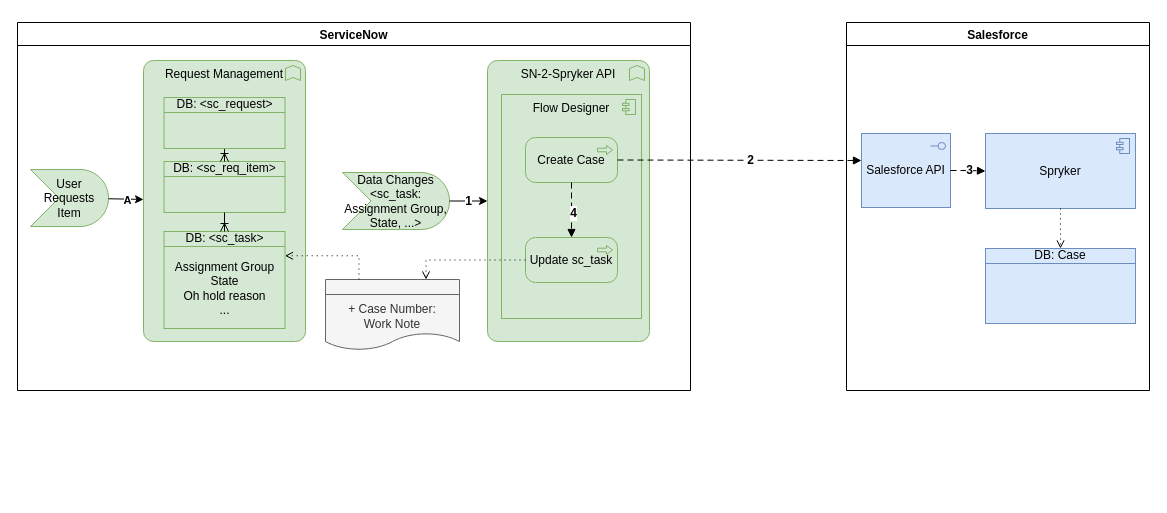
Above: page "CreateCR" (1 of 2) of AldiArgoSec.drawio in algimas/tmp (draw.io), before the change. Source tidied: cells renumbered, new cells numbered last; positions are measured from the earlier drawing's top-left corner, leaving out a move shared by most shapes. Both pictures are drawn from the tidied source at 100%, with x=0, y=0 at pixel (17, 22).
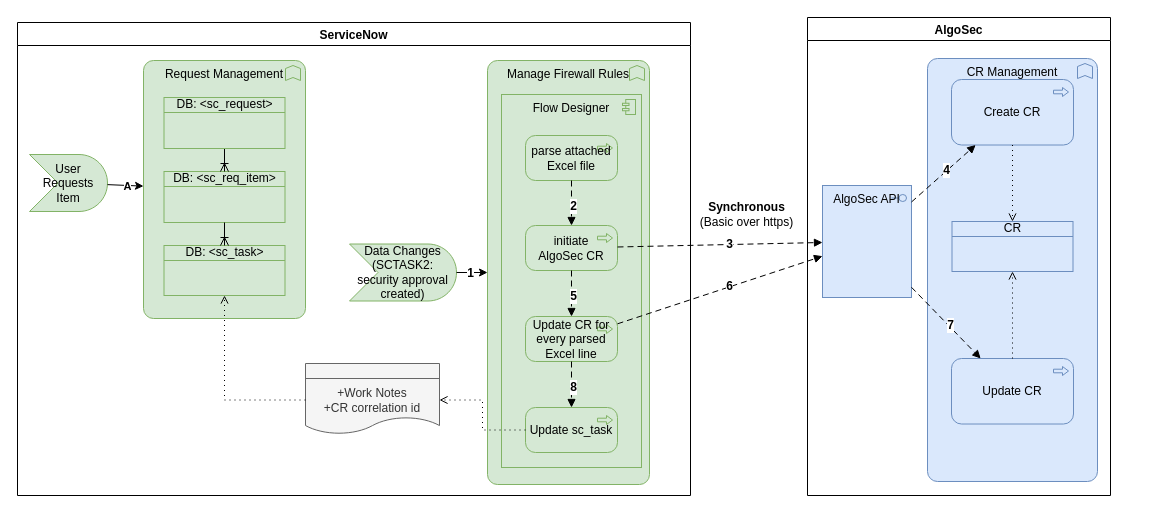
Above is the later version.

The edit, as a diff of the source:
```diff
@@
-    <mxCell id="2" value="Salesforce" style="swimlane;" parent="1" vertex="1">
-      <mxGeometry x="829" width="303" height="368" as="geometry" />
+    <mxCell id="2" value="AlgoSec" style="swimlane;" parent="1" vertex="1">
+      <mxGeometry x="790" y="-5" width="303" height="478" as="geometry" />
     </mxCell>
-    <mxCell id="3" value="Spryker" style="html=1;outlineConnect=0;whiteSpace=wrap;fillColor=#dae8fc;shape=mxgraph.archimate3.application;appType=comp;archiType=square;strokeColor=#6c8ebf;" parent="2" vertex="1">
-      <mxGeometry x="139" y="111" width="150" height="75" as="geometry" />
-    </mxCell>
-    <mxCell id="4" value="Salesforce API" style="html=1;outlineConnect=0;whiteSpace=wrap;fillColor=#dae8fc;shape=mxgraph.archimate3.application;appType=interface;archiType=square;strokeColor=#6c8ebf;" parent="2" vertex="1">
-      <mxGeometry x="15" y="111" width="89" height="74" as="geometry" />
+    <mxCell id="4" value="AlgoSec API" style="html=1;outlineConnect=0;whiteSpace=wrap;fillColor=#dae8fc;shape=mxgraph.archimate3.application;appType=interface;archiType=square;strokeColor=#6c8ebf;verticalAlign=top;" parent="2" vertex="1">
+      <mxGeometry x="15" y="168" width="89" height="112" as="geometry" />
     </mxCell>
-    <mxCell id="5" value="DB: Case" style="html=1;outlineConnect=0;whiteSpace=wrap;fillColor=#dae8fc;shape=mxgraph.archimate3.businessObject;overflow=fill;strokeColor=#6c8ebf;" parent="2" vertex="1">
-      <mxGeometry x="139" y="226" width="150" height="75" as="geometry" />
-    </mxCell>
-    <mxCell id="6" style="edgeStyle=orthogonalEdgeStyle;html=1;endArrow=open;elbow=vertical;endFill=0;dashed=1;dashPattern=1 4;rounded=0;exitX=0.5;exitY=1;exitDx=0;exitDy=0;exitPerimeter=0;fillColor=#00b9f2;" parent="2" edge="1" source="3" target="5">
-      <mxGeometry relative="1" as="geometry" />
-    </mxCell>
-    <mxCell id="7" style="edgeStyle=elbowEdgeStyle;html=1;endArrow=block;dashed=1;elbow=horizontal;endFill=1;dashPattern=6 4;rounded=0;fontSize=12;entryX=0;entryY=0.5;entryDx=0;entryDy=0;entryPerimeter=0;exitX=1;exitY=0.5;exitDx=0;exitDy=0;exitPerimeter=0;" parent="2" edge="1" source="4" target="3">
-      <mxGeometry relative="1" as="geometry" />
-    </mxCell>
-    <mxCell id="8" value="&lt;b&gt;3&lt;/b&gt;" style="edgeLabel;html=1;align=center;verticalAlign=middle;fontSize=12;" parent="7" vertex="1">
-      <mxGeometry x="0.09" y="1" relative="1" as="geometry" />
-    </mxCell>
+    <mxCell id="33" value="&lt;span id=&quot;hs_cos_wrapper_post_body&quot; class=&quot;hs_cos_wrapper hs_cos_wrapper_meta_field hs_cos_wrapper_type_rich_text&quot;&gt;CR Management&lt;/span&gt;" style="html=1;whiteSpace=wrap;fillColor=#dae8fc;shape=mxgraph.archimate3.application;appType=func;archiType=rounded;verticalAlign=top;strokeColor=#6c8ebf;" parent="2" vertex="1">
+      <mxGeometry x="120" y="41" width="170" height="423" as="geometry" />
+    </mxCell>
+    <mxCell id="34" value="Create CR" style="html=1;outlineConnect=0;whiteSpace=wrap;fillColor=#dae8fc;shape=mxgraph.archimate3.application;appType=proc;archiType=rounded;strokeColor=#6c8ebf;" parent="2" vertex="1">
+      <mxGeometry x="144" y="62" width="122" height="65.5" as="geometry" />
+    </mxCell>
+    <mxCell id="35" value="Update CR" style="html=1;outlineConnect=0;whiteSpace=wrap;fillColor=#dae8fc;shape=mxgraph.archimate3.application;appType=proc;archiType=rounded;strokeColor=#6c8ebf;" parent="2" vertex="1">
+      <mxGeometry x="144" y="341" width="122" height="65.5" as="geometry" />
+    </mxCell>
+    <mxCell id="36" style="html=1;endArrow=block;dashed=1;elbow=horizontal;endFill=1;dashPattern=6 4;rounded=0;fontSize=12;" parent="2" edge="1" source="4" target="35">
+      <mxGeometry relative="1" as="geometry" />
+    </mxCell>
+    <mxCell id="37" value="&lt;b&gt;7&lt;/b&gt;" style="edgeLabel;html=1;align=center;verticalAlign=middle;fontSize=12;" parent="36" vertex="1">
+      <mxGeometry x="0.09" y="1" relative="1" as="geometry" />
+    </mxCell>
+    <mxCell id="38" style="html=1;endArrow=block;dashed=1;elbow=horizontal;endFill=1;dashPattern=6 4;rounded=0;fontSize=12;" parent="2" edge="1" source="4" target="34">
+      <mxGeometry relative="1" as="geometry" />
+    </mxCell>
+    <mxCell id="30" value="&lt;b&gt;4&lt;/b&gt;" style="edgeLabel;html=1;align=center;verticalAlign=middle;fontSize=12;" parent="38" vertex="1">
+      <mxGeometry x="0.09" y="1" relative="1" as="geometry" />
+    </mxCell>
+    <mxCell id="39" value="&lt;div&gt;CR&lt;/div&gt;" style="html=1;outlineConnect=0;whiteSpace=wrap;fillColor=#dae8fc;shape=mxgraph.archimate3.businessObject;overflow=fill;strokeColor=#6c8ebf;" parent="2" vertex="1">
+      <mxGeometry x="144.5" y="204" width="121" height="50" as="geometry" />
+    </mxCell>
+    <mxCell id="40" style="edgeStyle=orthogonalEdgeStyle;html=1;endArrow=open;elbow=vertical;endFill=0;dashed=1;dashPattern=1 4;rounded=0;fillColor=#80b6a1;" parent="2" edge="1" source="34" target="39">
+      <mxGeometry relative="1" as="geometry" />
+    </mxCell>
+    <mxCell id="41" style="edgeStyle=orthogonalEdgeStyle;html=1;endArrow=open;elbow=vertical;endFill=0;dashed=1;dashPattern=1 4;rounded=0;fillColor=#80b6a1;" parent="2" edge="1" source="35" target="39">
+      <mxGeometry relative="1" as="geometry" />
+    </mxCell>
     <mxCell id="9" value="ServiceNow" style="swimlane;" parent="1" vertex="1">
-      <mxGeometry width="673" height="368" as="geometry" />
+      <mxGeometry width="673" height="473" as="geometry" />
     </mxCell>
-    <mxCell id="10" value="&lt;div&gt;+ Case Number:&lt;/div&gt;&lt;div&gt;Work Note&lt;br&gt; &lt;/div&gt;" style="html=1;outlineConnect=0;whiteSpace=wrap;fillColor=#f5f5f5;shape=mxgraph.archimate3.representation;fontSize=12;align=center;strokeColor=#666666;fontColor=#333333;" parent="9" vertex="1">
-      <mxGeometry x="308" y="257" width="134" height="73" as="geometry" />
+    <mxCell id="10" value="&lt;div&gt;&lt;span style=&quot;background-color: initial;&quot;&gt;+Work Notes&lt;/span&gt;&lt;br&gt;&lt;/div&gt;&lt;div&gt;+CR correlation id&lt;/div&gt;" style="html=1;outlineConnect=0;whiteSpace=wrap;fillColor=#f5f5f5;shape=mxgraph.archimate3.representation;fontSize=12;align=center;strokeColor=#666666;fontColor=#333333;" parent="9" vertex="1">
+      <mxGeometry x="288" y="341" width="134" height="73" as="geometry" />
     </mxCell>
     <mxCell id="11" value="User Requests Item" style="html=1;outlineConnect=0;whiteSpace=wrap;fillColor=#d5e8d4;shape=mxgraph.archimate3.event;strokeColor=#82b366;" parent="9" vertex="1">
-      <mxGeometry x="13" y="147" width="78" height="57" as="geometry" />
+      <mxGeometry x="12" y="132" width="78" height="57" as="geometry" />
     </mxCell>
     <mxCell id="12" value="Request Management" style="html=1;outlineConnect=0;whiteSpace=wrap;fillColor=#d5e8d4;shape=mxgraph.archimate3.application;appType=func;archiType=rounded;strokeColor=#82b366;verticalAlign=top;" parent="9" vertex="1">
-      <mxGeometry x="126" y="38" width="162" height="281" as="geometry" />
+      <mxGeometry x="126" y="38" width="162" height="258" as="geometry" />
     </mxCell>
     <mxCell id="13" value="DB: &amp;lt;sc_req_item&amp;gt;" style="html=1;outlineConnect=0;whiteSpace=wrap;fillColor=#d5e8d4;shape=mxgraph.archimate3.businessObject;overflow=fill;strokeColor=#82b366;" parent="9" vertex="1">
-      <mxGeometry x="146.5" y="139" width="121" height="51" as="geometry" />
+      <mxGeometry x="146.5" y="149" width="121" height="51" as="geometry" />
     </mxCell>
-    <mxCell id="14" value="&lt;div&gt;DB: &amp;lt;sc_task&amp;gt;&lt;br&gt;&lt;/div&gt;&lt;div&gt;&lt;br&gt;&lt;/div&gt;&lt;div&gt;Assignment Group&lt;/div&gt;&lt;div&gt;State&lt;/div&gt;&lt;div&gt;Oh hold reason&lt;/div&gt;&lt;div&gt;...&lt;br&gt;&lt;/div&gt;" style="html=1;outlineConnect=0;whiteSpace=wrap;fillColor=#d5e8d4;shape=mxgraph.archimate3.businessObject;overflow=fill;strokeColor=#82b366;" parent="9" vertex="1">
-      <mxGeometry x="146.5" y="209" width="121" height="97" as="geometry" />
+    <mxCell id="14" value="&lt;div&gt;DB: &amp;lt;sc_task&amp;gt;&lt;/div&gt;" style="html=1;outlineConnect=0;whiteSpace=wrap;fillColor=#d5e8d4;shape=mxgraph.archimate3.businessObject;overflow=fill;strokeColor=#82b366;" parent="9" vertex="1">
+      <mxGeometry x="146.5" y="223" width="121" height="50" as="geometry" />
     </mxCell>
@@
-    <mxCell id="16" value="Data Changes &amp;lt;sc_task: Assignment Group, State, ...&amp;gt;" style="html=1;outlineConnect=0;whiteSpace=wrap;fillColor=#d5e8d4;shape=mxgraph.archimate3.event;strokeColor=#82b366;" parent="9" vertex="1">
-      <mxGeometry x="325" y="150" width="107" height="57" as="geometry" />
+    <mxCell id="16" value="Data Changes (SCTASK2: security approval created)" style="html=1;outlineConnect=0;whiteSpace=wrap;fillColor=#d5e8d4;shape=mxgraph.archimate3.event;strokeColor=#82b366;" parent="9" vertex="1">
+      <mxGeometry x="332" y="221.5" width="107" height="57" as="geometry" />
     </mxCell>
-    <mxCell id="17" value="SN-2-Spryker API" style="html=1;outlineConnect=0;whiteSpace=wrap;fillColor=#d5e8d4;shape=mxgraph.archimate3.application;appType=func;archiType=rounded;strokeColor=#82b366;verticalAlign=top;" parent="9" vertex="1">
-      <mxGeometry x="470" y="38" width="162" height="281" as="geometry" />
+    <mxCell id="17" value="Manage Firewall Rules" style="html=1;outlineConnect=0;whiteSpace=wrap;fillColor=#d5e8d4;shape=mxgraph.archimate3.application;appType=func;archiType=rounded;strokeColor=#82b366;verticalAlign=top;" parent="9" vertex="1">
+      <mxGeometry x="470" y="38" width="162" height="424" as="geometry" />
     </mxCell>
     <mxCell id="18" value="Flow Designer" style="html=1;whiteSpace=wrap;fillColor=#d5e8d4;shape=mxgraph.archimate3.application;appType=comp;archiType=square;verticalAlign=top;strokeColor=#82b366;" parent="9" vertex="1">
-      <mxGeometry x="484" y="72" width="140" height="224" as="geometry" />
+      <mxGeometry x="484" y="72" width="140" height="373" as="geometry" />
     </mxCell>
@@
-    <mxCell id="23" value="Create Case" style="html=1;outlineConnect=0;whiteSpace=wrap;fillColor=#d5e8d4;shape=mxgraph.archimate3.application;appType=proc;archiType=rounded;strokeColor=#82b366;" parent="9" vertex="1">
-      <mxGeometry x="508" y="115" width="92" height="45" as="geometry" />
+    <mxCell id="23" value="parse attached Excel file" style="html=1;outlineConnect=0;whiteSpace=wrap;fillColor=#d5e8d4;shape=mxgraph.archimate3.application;appType=proc;archiType=rounded;strokeColor=#82b366;" parent="9" vertex="1">
+      <mxGeometry x="508" y="113" width="92" height="45" as="geometry" />
     </mxCell>
-    <mxCell id="24" value="Update sc_task" style="html=1;outlineConnect=0;whiteSpace=wrap;fillColor=#d5e8d4;shape=mxgraph.archimate3.application;appType=proc;archiType=rounded;strokeColor=#82b366;" parent="9" vertex="1">
-      <mxGeometry x="508" y="215" width="92" height="45" as="geometry" />
+    <mxCell id="24" value="initiate&lt;br&gt;AlgoSec CR" style="html=1;outlineConnect=0;whiteSpace=wrap;fillColor=#d5e8d4;shape=mxgraph.archimate3.application;appType=proc;archiType=rounded;strokeColor=#82b366;" parent="9" vertex="1">
+      <mxGeometry x="508" y="203" width="92" height="45" as="geometry" />
     </mxCell>
-    <mxCell id="25" style="edgeStyle=orthogonalEdgeStyle;html=1;endArrow=open;elbow=vertical;endFill=0;dashed=1;dashPattern=1 4;rounded=0;fillColor=#80b6a1;entryX=0.75;entryY=0;entryDx=0;entryDy=0;entryPerimeter=0;" parent="9" edge="1" source="24" target="10">
-      <mxGeometry relative="1" as="geometry" />
-    </mxCell>
@@
+    <mxCell id="42" value="Update CR for every parsed Excel line" style="html=1;outlineConnect=0;whiteSpace=wrap;fillColor=#d5e8d4;shape=mxgraph.archimate3.application;appType=proc;archiType=rounded;strokeColor=#82b366;" parent="9" vertex="1">
+      <mxGeometry x="508" y="294" width="92" height="45" as="geometry" />
+    </mxCell>
+    <mxCell id="43" style="edgeStyle=elbowEdgeStyle;html=1;endArrow=block;dashed=1;elbow=vertical;endFill=1;dashPattern=6 4;rounded=0;fontSize=12;" parent="9" edge="1" source="24" target="42">
+      <mxGeometry relative="1" as="geometry" />
+    </mxCell>
+    <mxCell id="44" value="&lt;b&gt;5&lt;/b&gt;" style="edgeLabel;html=1;align=center;verticalAlign=middle;fontSize=12;" parent="43" vertex="1">
+      <mxGeometry x="0.09" y="1" relative="1" as="geometry" />
+    </mxCell>
+    <mxCell id="45" value="Update sc_task" style="html=1;outlineConnect=0;whiteSpace=wrap;fillColor=#d5e8d4;shape=mxgraph.archimate3.application;appType=proc;archiType=rounded;strokeColor=#82b366;" parent="9" vertex="1">
+      <mxGeometry x="508" y="385" width="92" height="45" as="geometry" />
+    </mxCell>
+    <mxCell id="46" style="edgeStyle=elbowEdgeStyle;html=1;endArrow=block;dashed=1;elbow=vertical;endFill=1;dashPattern=6 4;rounded=0;fontSize=12;" parent="9" edge="1" source="42" target="45">
+      <mxGeometry relative="1" as="geometry" />
+    </mxCell>
+    <mxCell id="47" value="&lt;b&gt;8&lt;/b&gt;" style="edgeLabel;html=1;align=center;verticalAlign=middle;fontSize=12;" parent="46" vertex="1">
+      <mxGeometry x="0.09" y="1" relative="1" as="geometry" />
+    </mxCell>
+    <mxCell id="48" style="edgeStyle=orthogonalEdgeStyle;html=1;endArrow=open;elbow=vertical;endFill=0;dashed=1;dashPattern=1 4;rounded=0;fillColor=#80b6a1;" parent="9" edge="1" source="45" target="10">
+      <mxGeometry relative="1" as="geometry" />
+    </mxCell>
-    <mxCell id="28" style="edgeStyle=orthogonalEdgeStyle;html=1;endArrow=open;elbow=vertical;endFill=0;dashed=1;dashPattern=1 4;rounded=0;fillColor=#80b6a1;exitX=0.25;exitY=0;exitDx=0;exitDy=0;exitPerimeter=0;entryX=1;entryY=0.25;entryDx=0;entryDy=0;entryPerimeter=0;" parent="9" edge="1" source="10" target="14">
+    <mxCell id="28" style="edgeStyle=orthogonalEdgeStyle;html=1;endArrow=open;elbow=vertical;endFill=0;dashed=1;dashPattern=1 4;rounded=0;fillColor=#80b6a1;" parent="9" edge="1" source="10" target="14">
       <mxGeometry relative="1" as="geometry" />
     </mxCell>
-    <mxCell id="29" style="edgeStyle=elbowEdgeStyle;html=1;endArrow=block;dashed=1;elbow=vertical;endFill=1;dashPattern=6 4;rounded=0;fontSize=12;exitX=0.5;exitY=1;exitDx=0;exitDy=0;exitPerimeter=0;" parent="9" edge="1" source="23" target="24">
+    <mxCell id="29" style="edgeStyle=elbowEdgeStyle;html=1;endArrow=block;dashed=1;elbow=vertical;endFill=1;dashPattern=6 4;rounded=0;fontSize=12;" parent="9" edge="1" source="23" target="24">
       <mxGeometry relative="1" as="geometry" />
     </mxCell>
-    <mxCell id="30" value="&lt;b&gt;4&lt;/b&gt;" style="edgeLabel;html=1;align=center;verticalAlign=middle;fontSize=12;" parent="29" vertex="1">
-      <mxGeometry x="0.09" y="1" relative="1" as="geometry" />
-    </mxCell>
+    <mxCell id="49" value="&lt;b&gt;2&lt;/b&gt;" style="edgeLabel;html=1;align=center;verticalAlign=middle;fontSize=12;" parent="29" vertex="1">
+      <mxGeometry x="0.09" y="1" relative="1" as="geometry" />
+    </mxCell>
-    <mxCell id="31" style="edgeStyle=elbowEdgeStyle;html=1;endArrow=block;dashed=1;elbow=vertical;endFill=1;dashPattern=6 4;rounded=0;fontSize=12;exitX=1;exitY=0.5;exitDx=0;exitDy=0;exitPerimeter=0;" parent="1" edge="1" source="23" target="4">
+    <mxCell id="31" style="html=1;endArrow=block;dashed=1;elbow=vertical;endFill=1;dashPattern=6 4;rounded=0;fontSize=12;" parent="1" edge="1" source="24" target="4">
       <mxGeometry relative="1" as="geometry" />
     </mxCell>
-    <mxCell id="32" value="&lt;b&gt;2&lt;/b&gt;" style="edgeLabel;html=1;align=center;verticalAlign=middle;fontSize=12;" parent="31" vertex="1">
+    <mxCell id="32" value="&lt;b&gt;3&lt;/b&gt;" style="edgeLabel;html=1;align=center;verticalAlign=middle;fontSize=12;" parent="31" vertex="1">
       <mxGeometry x="0.09" y="1" relative="1" as="geometry" />
     </mxCell>
+    <mxCell id="50" value="&lt;div&gt;&lt;b&gt;Synchronous&lt;/b&gt;&lt;/div&gt;&lt;div&gt;(Basic over https)&lt;br&gt;&lt;/div&gt;" style="text;html=1;align=center;verticalAlign=middle;strokeColor=none;fillColor=none;" parent="1" vertex="1">
+      <mxGeometry x="673" y="171" width="111" height="41" as="geometry" />
+    </mxCell>
+    <mxCell id="51" style="html=1;endArrow=block;dashed=1;elbow=vertical;endFill=1;dashPattern=6 4;rounded=0;fontSize=12;" parent="1" edge="1" source="42" target="4">
+      <mxGeometry relative="1" as="geometry" />
+    </mxCell>
+    <mxCell id="52" value="&lt;b&gt;6&lt;/b&gt;" style="edgeLabel;html=1;align=center;verticalAlign=middle;fontSize=12;" parent="51" vertex="1">
+      <mxGeometry x="0.09" y="1" relative="1" as="geometry" />
+    </mxCell>
```
